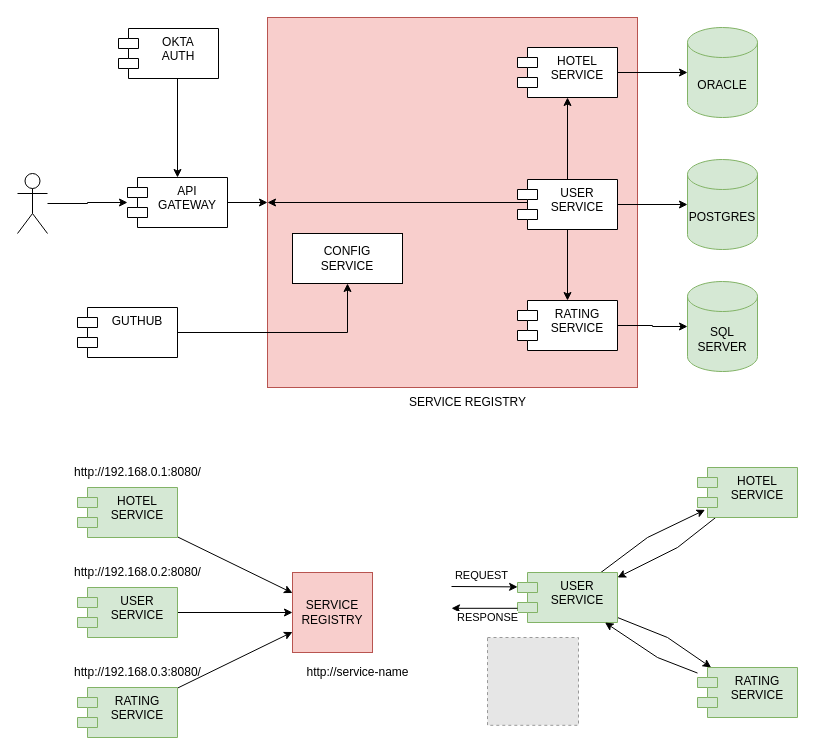
The draw.io diagram [microservice-hotel]high-level.drawio in alejovic/microservices-hotel, before the edit. Source tidied: cells renumbered, new cells numbered last; positions are measured from the earlier drawing's top-left corner, leaving out a move shared by most shapes. Both pictures are drawn from the tidied source at 100%, with x=0, y=0 at pixel (17, 17). Pictures stored in the file or linked from it are replaced by grey dashed boxes.
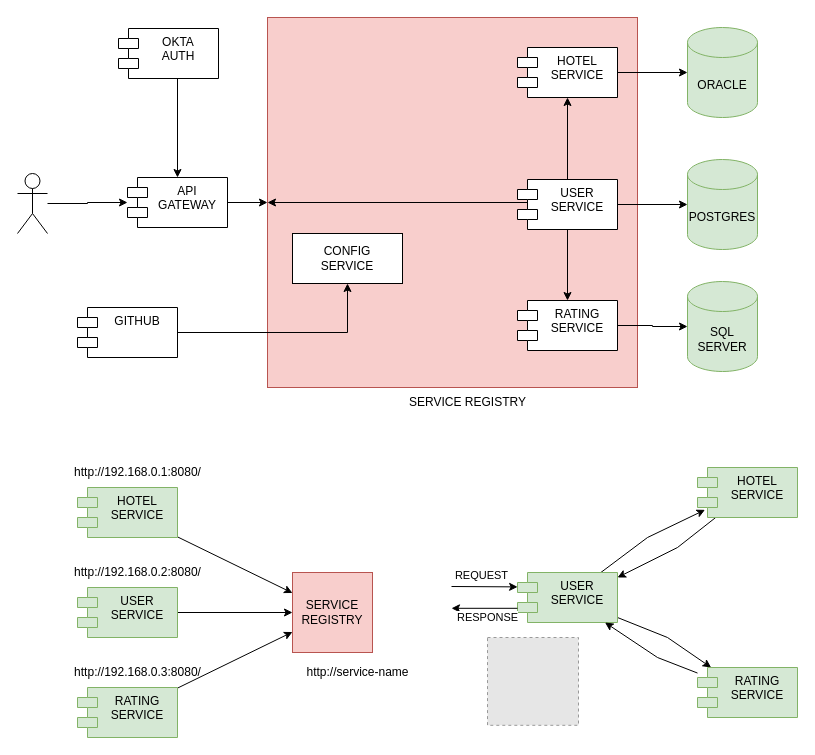
After the change.

Diff of the diagram source:
```diff
@@
-    <mxCell id="20" value="GUTHUB" style="shape=module;align=left;spacingLeft=20;align=center;verticalAlign=top;whiteSpace=wrap;html=1;" parent="1" vertex="1">
+    <mxCell id="20" value="GITHUB" style="shape=module;align=left;spacingLeft=20;align=center;verticalAlign=top;whiteSpace=wrap;html=1;" parent="1" vertex="1">
       <mxGeometry x="60" y="290" width="100" height="50" as="geometry" />
     </mxCell>
```
